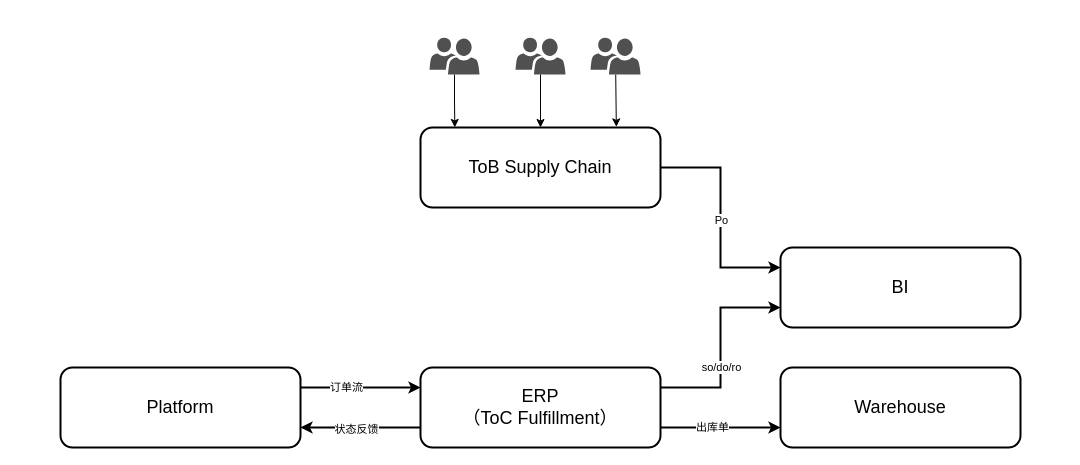
The draw.io diagram 未命名绘图.drawio in jackie-thank/beego-authz, before the edit. Source tidied: cells renumbered, new cells numbered last; positions are measured from the earlier drawing's top-left corner, leaving out a move shared by most shapes. Both pictures are drawn from the tidied source at 100%, with x=0, y=0 at pixel (60, 37).
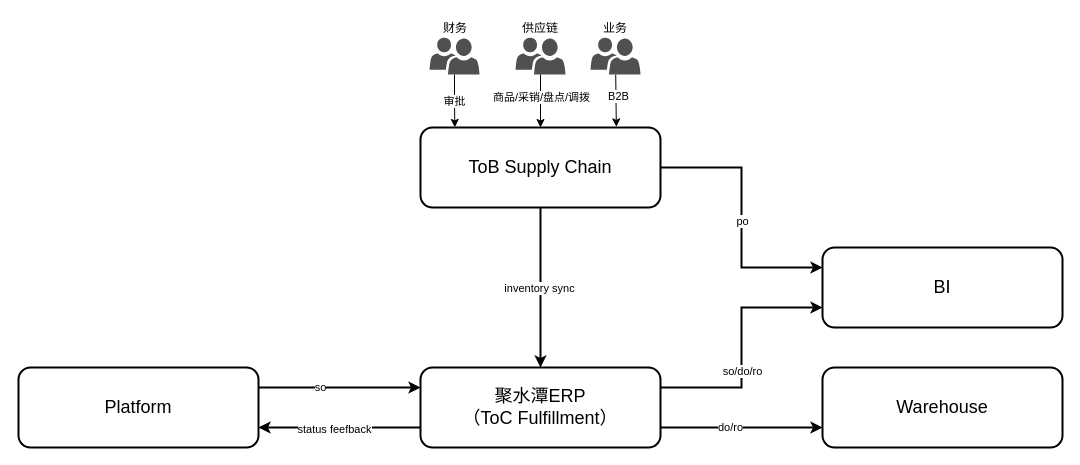
After the change.

Commit message (it also covers changes not shown here):
更新未命名绘图.drawio

The change refers to these unchanged cells:
```xml
<mxCell id="2" style="edgeStyle=orthogonalEdgeStyle;rounded=0;jettySize=auto;html=1;exitX=1;exitY=0.5;exitDx=0;exitDy=0;entryX=0;entryY=0.25;entryDx=0;entryDy=0;strokeWidth=2;" parent="1" edge="1" source="4" target="12">
  <mxGeometry relative="1" as="geometry" />
</mxCell>
<mxCell id="4" value="ToB Supply Chain" style="rounded=1;whiteSpace=wrap;html=1;strokeWidth=2;fontSize=18;" parent="1" vertex="1">
  <mxGeometry x="360" y="90" width="240" height="80" as="geometry" />
</mxCell>
<mxCell id="7" style="edgeStyle=orthogonalEdgeStyle;rounded=0;jettySize=auto;html=1;exitX=0;exitY=0.75;exitDx=0;exitDy=0;entryX=1;entryY=0.75;entryDx=0;entryDy=0;strokeWidth=2;" parent="1" edge="1" source="11" target="15">
  <mxGeometry relative="1" as="geometry" />
</mxCell>
<mxCell id="9" style="edgeStyle=orthogonalEdgeStyle;rounded=0;jettySize=auto;html=1;exitX=1;exitY=0.75;exitDx=0;exitDy=0;entryX=0;entryY=0.75;entryDx=0;entryDy=0;strokeWidth=2;" parent="1" edge="1" source="11" target="16">
  <mxGeometry relative="1" as="geometry" />
</mxCell>
<mxCell id="13" style="edgeStyle=orthogonalEdgeStyle;rounded=0;jettySize=auto;html=1;exitX=1;exitY=0.25;exitDx=0;exitDy=0;entryX=0;entryY=0.25;entryDx=0;entryDy=0;strokeWidth=2;" parent="1" edge="1" source="15" target="11">
  <mxGeometry relative="1" as="geometry" />
</mxCell>
<mxCell id="17" style="edgeStyle=orthogonalEdgeStyle;rounded=0;jettySize=auto;html=1;" parent="1" edge="1" source="18" target="4">
  <mxGeometry relative="1" as="geometry" />
</mxCell>
<mxCell id="20" style="sketch=0;shadow=0;dashed=0;html=1;strokeColor=none;labelPosition=center;verticalLabelPosition=bottom;verticalAlign=top;align=center;fillColor=#505050;shape=mxgraph.mscae.intune.user_group;" parent="1" vertex="1">
  <mxGeometry x="369" width="50" height="37" as="geometry" />
</mxCell>
<mxCell id="21" style="rounded=0;jettySize=auto;html=1;entryX=0.816;entryY=-0.008;entryDx=0;entryDy=0;entryPerimeter=0;" parent="1" edge="1" source="22" target="4">
  <mxGeometry relative="1" as="geometry" />
</mxCell>
```

The edit, as a diff of the source:
```diff
@@
-    <mxCell id="3" value="Po" style="edgeLabel;html=1;align=center;verticalAlign=middle;" parent="2" vertex="1">
+    <mxCell id="3" value="po" style="edgeLabel;html=1;align=center;verticalAlign=middle;" parent="2" vertex="1">
       <mxGeometry x="0.02" relative="1" as="geometry" />
     </mxCell>
+    <mxCell id="23" style="edgeStyle=none;rounded=0;jettySize=auto;html=1;exitX=0.5;exitY=1;exitDx=0;exitDy=0;entryX=0.5;entryY=0;entryDx=0;entryDy=0;strokeWidth=2;" parent="1" edge="1" source="4" target="11">
+      <mxGeometry relative="1" as="geometry" />
+    </mxCell>
+    <mxCell id="24" value="inventory sync" style="edgeLabel;html=1;align=center;verticalAlign=middle;" parent="23" vertex="1">
+      <mxGeometry y="-2" relative="1" as="geometry" />
+    </mxCell>
@@
-    <mxCell id="8" value="状态反馈" style="edgeLabel;html=1;align=center;verticalAlign=middle;" parent="7" vertex="1">
+    <mxCell id="8" value="status feefback" style="edgeLabel;html=1;align=center;verticalAlign=middle;" parent="7" vertex="1">
       <mxGeometry x="0.08" y="1" relative="1" as="geometry" />
     </mxCell>
@@
-    <mxCell id="10" value="出库单" style="edgeLabel;html=1;align=center;verticalAlign=middle;" parent="9" vertex="1">
+    <mxCell id="10" value="do/ro" style="edgeLabel;html=1;align=center;verticalAlign=middle;" parent="9" vertex="1">
       <mxGeometry x="-0.15" y="1" relative="1" as="geometry" />
     </mxCell>
-    <mxCell id="11" value="&lt;div&gt;ERP&lt;/div&gt;（ToC Fulfillment）" style="rounded=1;whiteSpace=wrap;html=1;strokeWidth=2;fontSize=18;" parent="1" vertex="1">
+    <mxCell id="11" value="&lt;div&gt;聚水潭ERP&lt;/div&gt;（ToC Fulfillment）" style="rounded=1;whiteSpace=wrap;html=1;strokeWidth=2;fontSize=18;" parent="1" vertex="1">
       <mxGeometry x="360" y="330" width="240" height="80" as="geometry" />
     </mxCell>
     <mxCell id="12" value="BI" style="rounded=1;whiteSpace=wrap;html=1;strokeWidth=2;fontSize=18;" parent="1" vertex="1">
-      <mxGeometry x="720" y="210" width="240" height="80" as="geometry" />
+      <mxGeometry x="762" y="210" width="240" height="80" as="geometry" />
     </mxCell>
@@
-    <mxCell id="14" value="订单流" style="edgeLabel;html=1;align=center;verticalAlign=middle;" parent="13" vertex="1">
+    <mxCell id="14" value="so" style="edgeLabel;html=1;align=center;verticalAlign=middle;" parent="13" vertex="1">
       <mxGeometry x="-0.25" y="1" relative="1" as="geometry" />
     </mxCell>
     <mxCell id="15" value="Platform" style="rounded=1;whiteSpace=wrap;html=1;strokeWidth=2;fontSize=18;" parent="1" vertex="1">
-      <mxGeometry y="330" width="240" height="80" as="geometry" />
+      <mxGeometry x="-42" y="330" width="240" height="80" as="geometry" />
     </mxCell>
     <mxCell id="16" value="Warehouse" style="rounded=1;whiteSpace=wrap;html=1;strokeWidth=2;fontSize=18;" parent="1" vertex="1">
-      <mxGeometry x="720" y="330" width="240" height="80" as="geometry" />
+      <mxGeometry x="762" y="330" width="240" height="80" as="geometry" />
     </mxCell>
@@
+    <mxCell id="25" value="商品/采销/盘点/调拨" style="edgeLabel;html=1;align=center;verticalAlign=middle;" parent="17" vertex="1">
+      <mxGeometry x="-0.16" relative="1" as="geometry" />
+    </mxCell>
@@
-    <mxCell id="19" style="edgeStyle=orthogonalEdgeStyle;rounded=0;jettySize=auto;html=1;exitX=0.5;exitY=1;exitDx=0;exitDy=0;exitPerimeter=0;entryX=0.143;entryY=-0.001;entryDx=0;entryDy=0;entryPerimeter=0;" parent="1" edge="1" source="20" target="4">
+    <mxCell id="19" value="审批" style="edgeStyle=orthogonalEdgeStyle;rounded=0;jettySize=auto;html=1;exitX=0.5;exitY=1;exitDx=0;exitDy=0;exitPerimeter=0;entryX=0.143;entryY=-0.001;entryDx=0;entryDy=0;entryPerimeter=0;" parent="1" edge="1" source="20" target="4">
       <mxGeometry relative="1" as="geometry" />
     </mxCell>
@@
+    <mxCell id="26" value="B2B" style="edgeLabel;html=1;align=center;verticalAlign=middle;" parent="21" vertex="1">
+      <mxGeometry x="-0.17" y="2" relative="1" as="geometry" />
+    </mxCell>
@@
+    <mxCell id="27" value="财务" style="text;html=1;align=center;verticalAlign=middle;whiteSpace=wrap;rounded=0;" parent="1" vertex="1">
+      <mxGeometry x="380" y="-20" width="30" height="21" as="geometry" />
+    </mxCell>
+    <mxCell id="28" value="供应链" style="text;html=1;align=center;verticalAlign=middle;whiteSpace=wrap;rounded=0;" parent="1" vertex="1">
+      <mxGeometry x="460" y="-20" width="40" height="21" as="geometry" />
+    </mxCell>
+    <mxCell id="29" value="业务" style="text;html=1;align=center;verticalAlign=middle;whiteSpace=wrap;rounded=0;" parent="1" vertex="1">
+      <mxGeometry x="540" y="-20" width="30" height="21" as="geometry" />
+    </mxCell>
```
